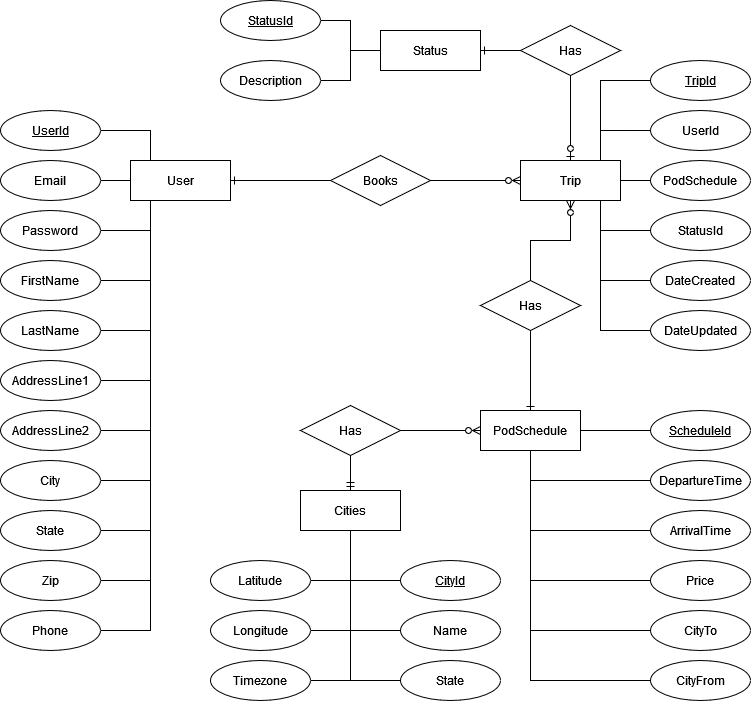
The draw.io diagram plan/er_diag.png in brianprost/HyperBook, before a commit. Source tidied: cells renumbered, new cells last; positions are measured from the earlier drawing's top-left corner, leaving out a move shared by most shapes.
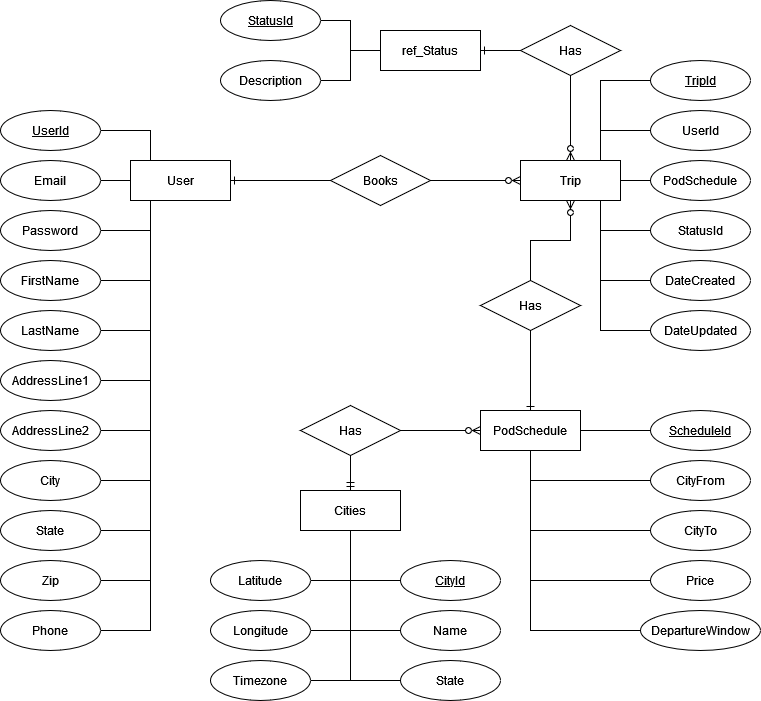
Later version of the same file.

The edit, as a diff of the source:
```diff
@@ -174,7 +174,7 @@
     <mxCell id="38" value="DateCreated" style="ellipse;whiteSpace=wrap;html=1;align=center;" parent="1" vertex="1">
       <mxGeometry x="650" y="260" width="100" height="40" as="geometry" />
     </mxCell>
-    <mxCell id="39" value="Status" style="whiteSpace=wrap;html=1;align=center;" parent="1" vertex="1">
+    <mxCell id="39" value="ref_Status" style="whiteSpace=wrap;html=1;align=center;" parent="1" vertex="1">
       <mxGeometry x="380" y="30" width="100" height="40" as="geometry" />
     </mxCell>
     <mxCell id="40" style="edgeStyle=orthogonalEdgeStyle;rounded=0;jettySize=auto;html=1;startArrow=ERone;startFill=0;endArrow=none;endFill=0;" parent="1" edge="1" source="41" target="42">
@@ -205,7 +205,7 @@
     <mxCell id="47" style="edgeStyle=orthogonalEdgeStyle;rounded=0;jettySize=auto;html=1;startArrow=none;startFill=0;endArrow=ERone;endFill=0;" parent="1" edge="1" source="49" target="39">
       <mxGeometry relative="1" as="geometry" />
     </mxCell>
-    <mxCell id="48" style="edgeStyle=orthogonalEdgeStyle;rounded=0;jettySize=auto;html=1;startArrow=none;startFill=0;endArrow=ERzeroToOne;endFill=0;" parent="1" edge="1" source="49" target="28">
+    <mxCell id="48" style="edgeStyle=orthogonalEdgeStyle;rounded=0;jettySize=auto;html=1;startArrow=none;startFill=0;endArrow=ERzeroToMany;endFill=0;" parent="1" edge="1" source="49" target="28">
       <mxGeometry relative="1" as="geometry" />
     </mxCell>
     <mxCell id="49" value="Has" style="shape=rhombus;perimeter=rhombusPerimeter;whiteSpace=wrap;html=1;align=center;" parent="1" vertex="1">
@@ -229,45 +229,35 @@
     <mxCell id="55" style="edgeStyle=orthogonalEdgeStyle;rounded=0;jettySize=auto;html=1;startArrow=none;startFill=0;endArrow=none;endFill=0;" parent="1" edge="1" source="56" target="41">
       <mxGeometry relative="1" as="geometry">
         <Array as="points">
-          <mxPoint x="530" y="680" />
+          <mxPoint x="530" y="480" />
         </Array>
       </mxGeometry>
     </mxCell>
     <mxCell id="56" value="CityFrom" style="ellipse;whiteSpace=wrap;html=1;align=center;" parent="1" vertex="1">
-      <mxGeometry x="650" y="660" width="100" height="40" as="geometry" />
+      <mxGeometry x="650" y="460" width="100" height="40" as="geometry" />
     </mxCell>
     <mxCell id="57" style="edgeStyle=orthogonalEdgeStyle;rounded=0;jettySize=auto;html=1;startArrow=none;startFill=0;endArrow=none;endFill=0;" parent="1" edge="1" source="58" target="41">
       <mxGeometry relative="1" as="geometry">
         <Array as="points">
-          <mxPoint x="530" y="630" />
+          <mxPoint x="530" y="530" />
         </Array>
       </mxGeometry>
     </mxCell>
     <mxCell id="58" value="CityTo" style="ellipse;whiteSpace=wrap;html=1;align=center;" parent="1" vertex="1">
-      <mxGeometry x="650" y="610" width="100" height="40" as="geometry" />
+      <mxGeometry x="650" y="510" width="100" height="40" as="geometry" />
     </mxCell>
     <mxCell id="59" value="&lt;div&gt;Cities&lt;/div&gt;" style="whiteSpace=wrap;html=1;align=center;" parent="1" vertex="1">
       <mxGeometry x="300" y="490" width="100" height="40" as="geometry" />
     </mxCell>
-    <mxCell id="60" style="edgeStyle=orthogonalEdgeStyle;rounded=0;jettySize=auto;html=1;startArrow=none;startFill=0;endArrow=none;endFill=0;" parent="1" edge="1" source="61" target="41">
-      <mxGeometry relative="1" as="geometry">
-        <Array as="points">
-          <mxPoint x="530" y="530" />
-        </Array>
-      </mxGeometry>
-    </mxCell>
-    <mxCell id="61" value="ArrivalTime" style="ellipse;whiteSpace=wrap;html=1;align=center;" parent="1" vertex="1">
-      <mxGeometry x="650" y="510" width="100" height="40" as="geometry" />
-    </mxCell>
     <mxCell id="62" style="edgeStyle=orthogonalEdgeStyle;rounded=0;jettySize=auto;html=1;startArrow=none;startFill=0;endArrow=none;endFill=0;" parent="1" edge="1" source="63" target="41">
       <mxGeometry relative="1" as="geometry">
         <Array as="points">
-          <mxPoint x="530" y="480" />
+          <mxPoint x="530" y="630" />
         </Array>
       </mxGeometry>
     </mxCell>
-    <mxCell id="63" value="DepartureTime" style="ellipse;whiteSpace=wrap;html=1;align=center;" parent="1" vertex="1">
-      <mxGeometry x="650" y="460" width="100" height="40" as="geometry" />
+    <mxCell id="63" value="DepartureWindow" style="ellipse;whiteSpace=wrap;html=1;align=center;" parent="1" vertex="1">
+      <mxGeometry x="640" y="610" width="120" height="40" as="geometry" />
     </mxCell>
     <mxCell id="64" style="edgeStyle=orthogonalEdgeStyle;rounded=0;jettySize=auto;html=1;startArrow=none;startFill=0;endArrow=none;endFill=0;" parent="1" edge="1" source="65" target="41">
       <mxGeometry relative="1" as="geometry">
```
